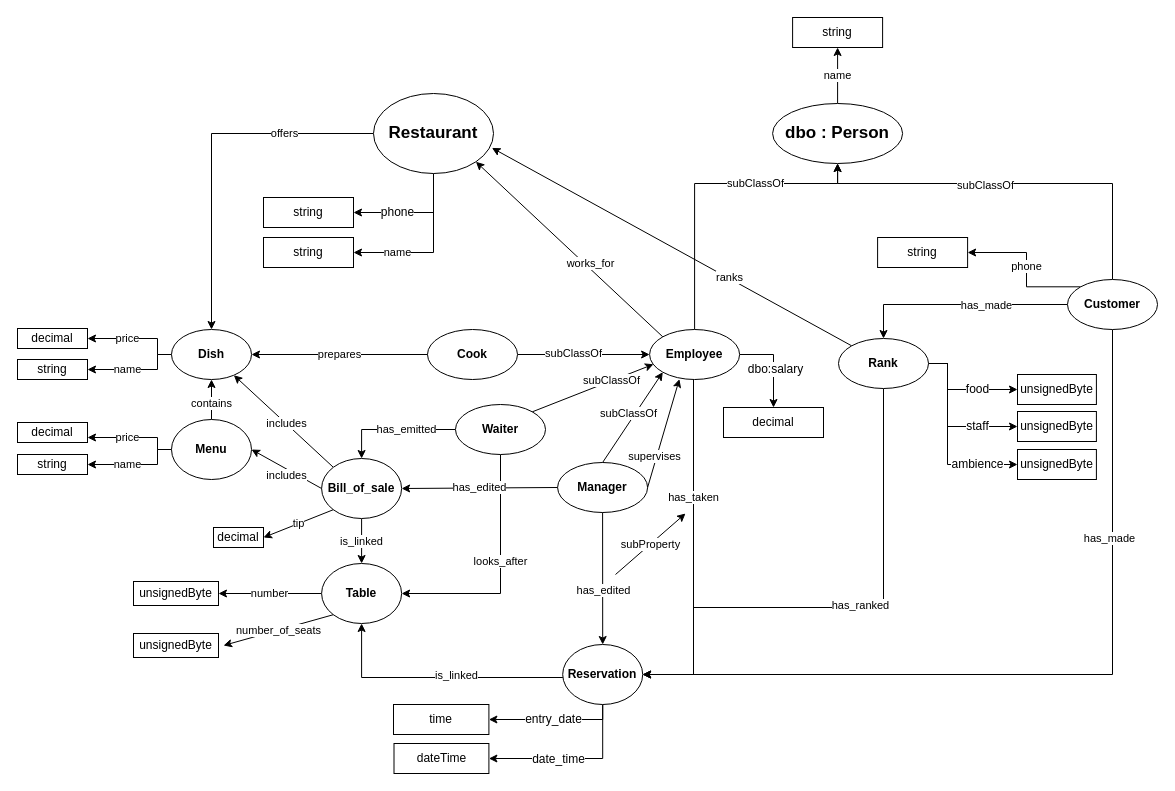
The draw.io diagram schema/schema.dio in CH-KevinDubois/MAS-RAD-4-WEB-Mini-Projet, before the edit. Source tidied: cells renumbered, new cells numbered last; positions are measured from the earlier drawing's top-left corner, leaving out a move shared by most shapes. Both pictures are drawn from the tidied source at 100%, with x=0, y=0 at pixel (17, 17).
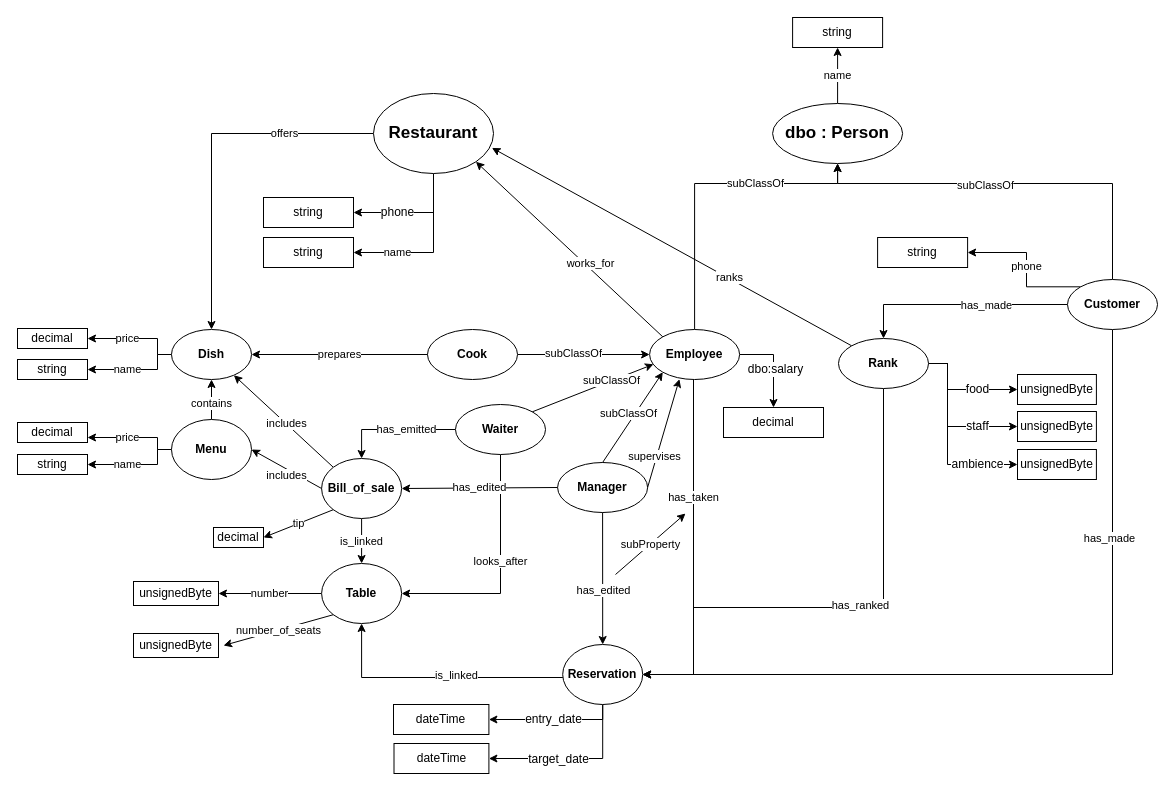
The same diagram, later.

Commit message:
Simplifications dates

Unchanged cells that the change refers to:
```xml
<mxCell id="33" style="edgeStyle=orthogonalEdgeStyle;rounded=0;jettySize=auto;html=1;entryX=1;entryY=0.5;entryDx=0;entryDy=0;" parent="1" edge="1" source="35" target="37">
  <mxGeometry relative="1" as="geometry">
    <Array as="points">
      <mxPoint x="585" y="741" />
    </Array>
  </mxGeometry>
</mxCell>
```

Diff of the diagram source:
```diff
@@
-    <mxCell id="34" value="&lt;span style=&quot;font-size: 12px&quot;&gt;date_time&lt;/span&gt;" style="edgeLabel;html=1;align=center;verticalAlign=middle;" parent="33" vertex="1">
+    <mxCell id="34" value="&lt;span style=&quot;font-size: 12px&quot;&gt;target_date&lt;/span&gt;" style="edgeLabel;html=1;align=center;verticalAlign=middle;" parent="33" vertex="1">
       <mxGeometry x="0.12" y="3" relative="1" as="geometry">
         <mxPoint x="-5" y="-3" as="offset" />
       </mxGeometry>
     </mxCell>
@@
-    <mxCell id="36" value="time" style="rounded=0;whiteSpace=wrap;html=1;" parent="1" vertex="1">
+    <mxCell id="36" value="dateTime" style="rounded=0;whiteSpace=wrap;html=1;" parent="1" vertex="1">
       <mxGeometry x="376" y="687" width="95.4" height="30" as="geometry" />
     </mxCell>
```
